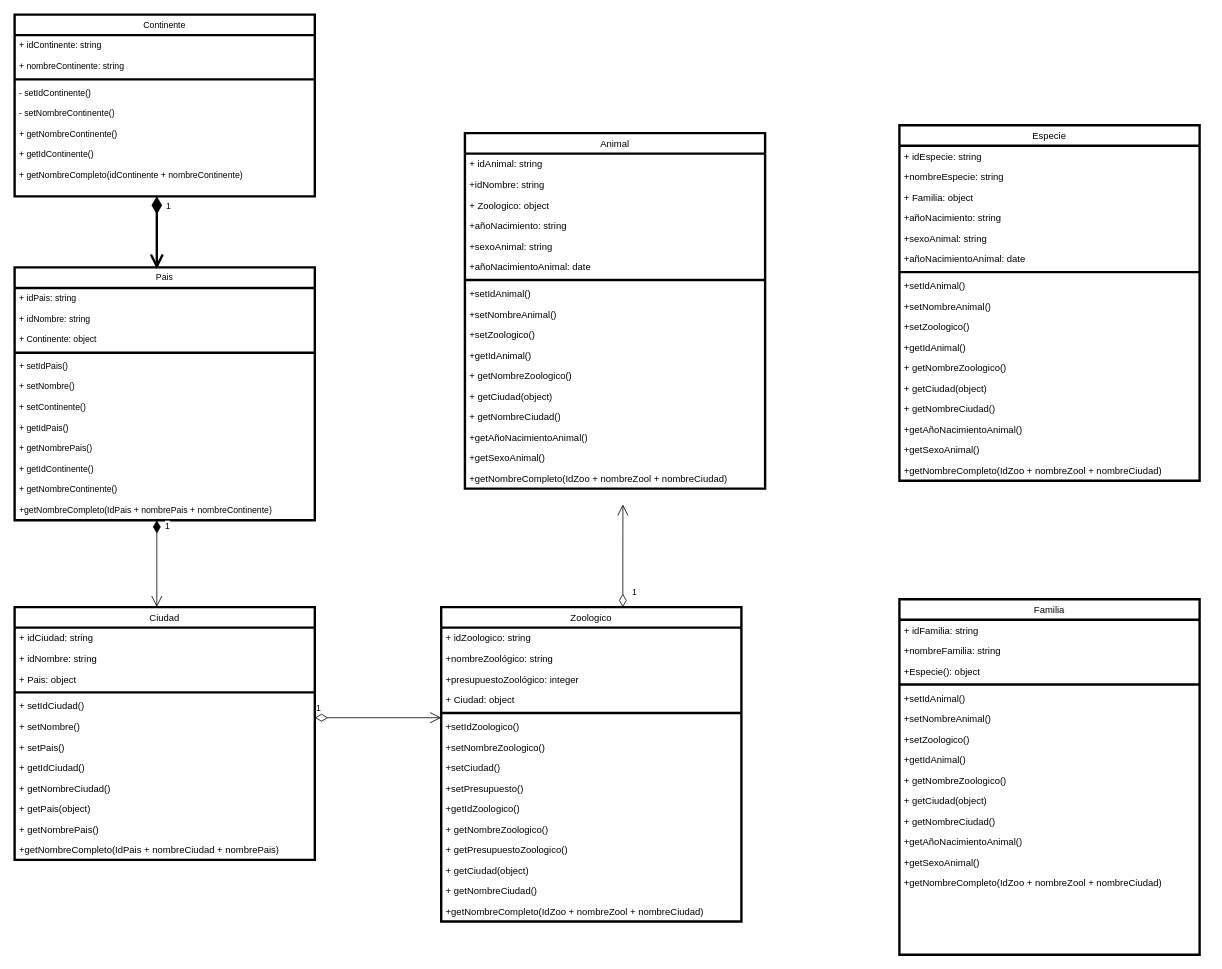
Earlier version of the draw.io diagram zoologico1.drawio (joaonunez/diagramasClase). Source tidied: cells renumbered, new cells numbered last; positions are measured from the earlier drawing's top-left corner, leaving out a move shared by most shapes. Both pictures are drawn from the tidied source at 79%, with x=0, y=0 at pixel (14, 14).
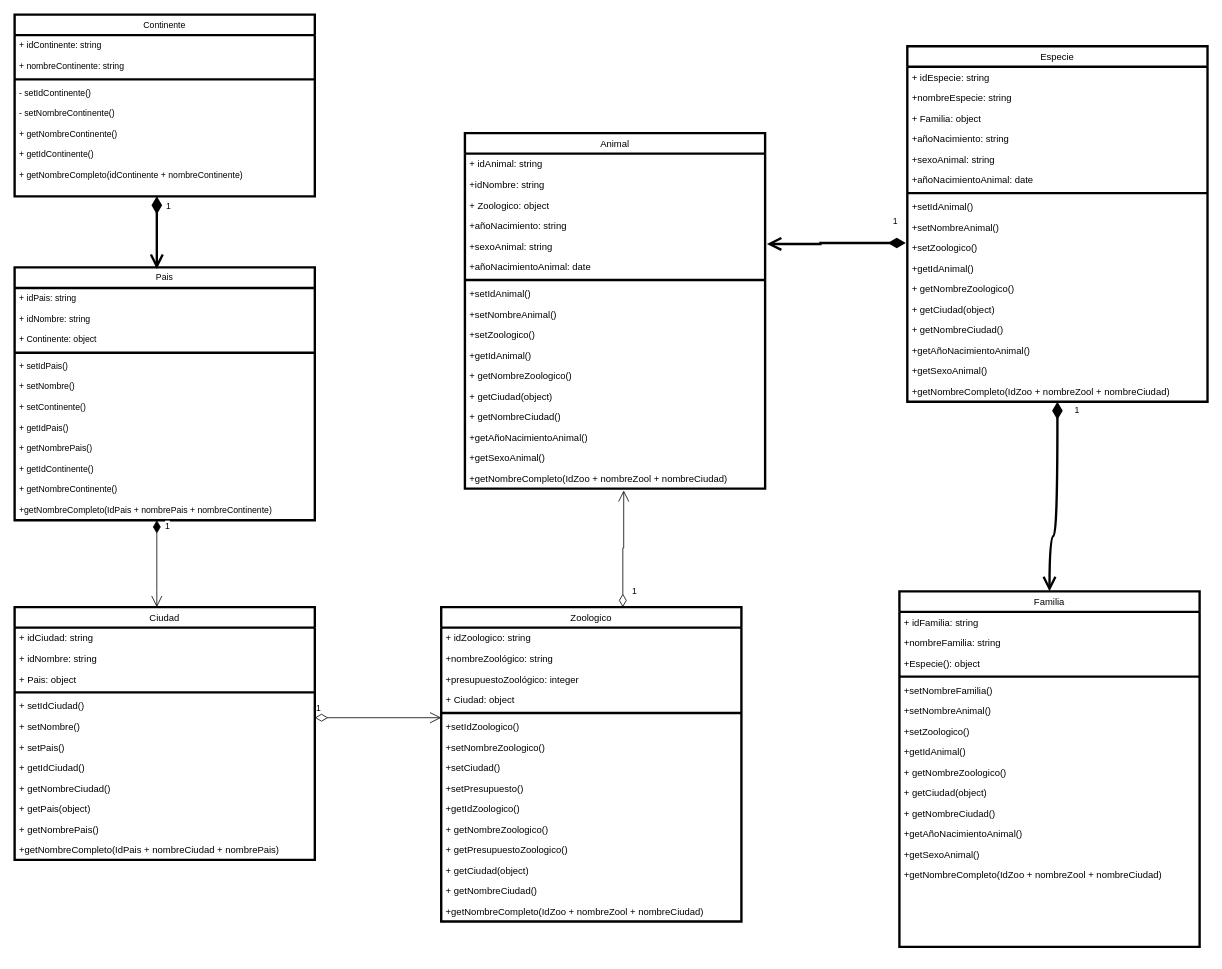
Above is the later version.

The change refers to these unchanged cells:
```xml
<mxCell id="39" value="Zoologico" style="swimlane;fontStyle=0;align=center;verticalAlign=top;horizontal=1;startSize=26;rounded=0;shadow=0;strokeWidth=3;fontSize=12;" parent="1" vertex="1">
  <mxGeometry x="540" y="750" width="380" height="398" as="geometry" />
</mxCell>
<mxCell id="60" value="+sexoAnimal: string" style="text;align=left;verticalAlign=top;spacingLeft=4;spacingRight=4;overflow=hidden;points=[[0,0.5],[1,0.5]];portConstraint=eastwest;fontSize=12;fontStyle=0;strokeWidth=3;" parent="55" vertex="1">
  <mxGeometry y="130" width="380" height="26" as="geometry" />
</mxCell>
<mxCell id="72" value="+getNombreCompleto(IdZoo + nombreZool + nombreCiudad)" style="text;align=left;verticalAlign=top;spacingLeft=4;spacingRight=4;overflow=hidden;points=[[0,0.5],[1,0.5]];portConstraint=eastwest;fontSize=12;fontStyle=0;strokeWidth=3;" parent="55" vertex="1">
  <mxGeometry y="424" width="380" height="26" as="geometry" />
</mxCell>
<mxCell id="85" value="+setZoologico()" style="text;align=left;verticalAlign=top;spacingLeft=4;spacingRight=4;overflow=hidden;points=[[0,0.5],[1,0.5]];portConstraint=eastwest;fontSize=12;fontStyle=0;strokeWidth=3;" parent="75" vertex="1">
  <mxGeometry y="242" width="380" height="26" as="geometry" />
</mxCell>
<mxCell id="92" value="+getNombreCompleto(IdZoo + nombreZool + nombreCiudad)" style="text;align=left;verticalAlign=top;spacingLeft=4;spacingRight=4;overflow=hidden;points=[[0,0.5],[1,0.5]];portConstraint=eastwest;fontSize=12;fontStyle=0;strokeWidth=3;" parent="75" vertex="1">
  <mxGeometry y="424" width="380" height="26" as="geometry" />
</mxCell>
```

Diff of the diagram source:
```diff
@@
-    <mxCell id="74" value="1" style="endArrow=open;html=1;endSize=12;startArrow=diamondThin;startSize=14;startFill=0;edgeStyle=orthogonalEdgeStyle;align=left;verticalAlign=bottom;rounded=0;exitX=0.605;exitY=0;exitDx=0;exitDy=0;exitPerimeter=0;" parent="1" edge="1" source="39">
+    <mxCell id="74" value="1" style="endArrow=open;html=1;endSize=12;startArrow=diamondThin;startSize=14;startFill=0;edgeStyle=orthogonalEdgeStyle;align=left;verticalAlign=bottom;rounded=0;exitX=0.605;exitY=0;exitDx=0;exitDy=0;exitPerimeter=0;entryX=0.529;entryY=1.091;entryDx=0;entryDy=0;entryPerimeter=0;" parent="1" edge="1" source="39" target="72">
       <mxGeometry x="-0.85" y="-10" relative="1" as="geometry">
-        <mxPoint x="770" y="620" as="targetPoint" />
+        <Array as="points">
+          <mxPoint x="770" y="675" />
+          <mxPoint x="771" y="675" />
+        </Array>
       </mxGeometry>
     </mxCell>
     <mxCell id="75" value="Especie" style="swimlane;fontStyle=0;align=center;verticalAlign=top;horizontal=1;startSize=26;rounded=0;shadow=0;strokeWidth=3;fontSize=12;" parent="1" vertex="1">
-      <mxGeometry x="1120" y="140" width="380" height="450" as="geometry" />
+      <mxGeometry x="1130" y="40" width="380" height="450" as="geometry" />
     </mxCell>
@@
     <mxCell id="93" value="Familia" style="swimlane;fontStyle=0;align=center;verticalAlign=top;horizontal=1;startSize=26;rounded=0;shadow=0;strokeWidth=3;fontSize=12;" parent="1" vertex="1">
-      <mxGeometry x="1120" y="740" width="380" height="450" as="geometry" />
+      <mxGeometry x="1120" y="730" width="380" height="450" as="geometry" />
     </mxCell>
@@
-    <mxCell id="98" value="+setIdAnimal()" style="text;align=left;verticalAlign=top;spacingLeft=4;spacingRight=4;overflow=hidden;fontSize=12;fontStyle=0;strokeWidth=3;" parent="93" vertex="1">
+    <mxCell id="98" value="+setNombreFamilia()" style="text;align=left;verticalAlign=top;spacingLeft=4;spacingRight=4;overflow=hidden;fontSize=12;fontStyle=0;strokeWidth=3;" parent="93" vertex="1">
       <mxGeometry y="112" width="380" height="26" as="geometry" />
     </mxCell>
@@
+    <mxCell id="108" value="1" style="endArrow=open;html=1;endSize=12;startArrow=diamondThin;startSize=14;startFill=1;edgeStyle=orthogonalEdgeStyle;align=left;verticalAlign=bottom;rounded=0;strokeWidth=3;shadow=0;fontSize=11;fontStyle=0;curved=1;exitX=0.5;exitY=1;exitDx=0;exitDy=0;exitPerimeter=0;" parent="1" edge="1" source="92">
+      <mxGeometry x="-0.84" y="20" relative="1" as="geometry">
+        <mxPoint x="1310" y="730" as="targetPoint" />
+        <Array as="points">
+          <mxPoint x="1320" y="660" />
+          <mxPoint x="1310" y="660" />
+        </Array>
+      </mxGeometry>
+    </mxCell>
+    <mxCell id="109" style="text;html=1;align=center;verticalAlign=middle;strokeColor=none;fillColor=none;" parent="1" vertex="1">
+      <mxGeometry x="1020" y="268" width="20" height="30" as="geometry" />
+    </mxCell>
+    <mxCell id="110" value="1" style="endArrow=open;html=1;endSize=12;startArrow=diamondThin;startSize=14;startFill=1;edgeStyle=orthogonalEdgeStyle;align=left;verticalAlign=bottom;rounded=0;strokeWidth=3;shadow=0;fontSize=11;fontStyle=0;exitX=-0.005;exitY=0.272;exitDx=0;exitDy=0;exitPerimeter=0;entryX=1.006;entryY=0.396;entryDx=0;entryDy=0;entryPerimeter=0;" parent="1" edge="1" source="85" target="60">
+      <mxGeometry x="-0.8" y="-19" relative="1" as="geometry">
+        <Array as="points">
+          <mxPoint x="1020" y="289" />
+          <mxPoint x="1020" y="290" />
+        </Array>
+      </mxGeometry>
+    </mxCell>
```
